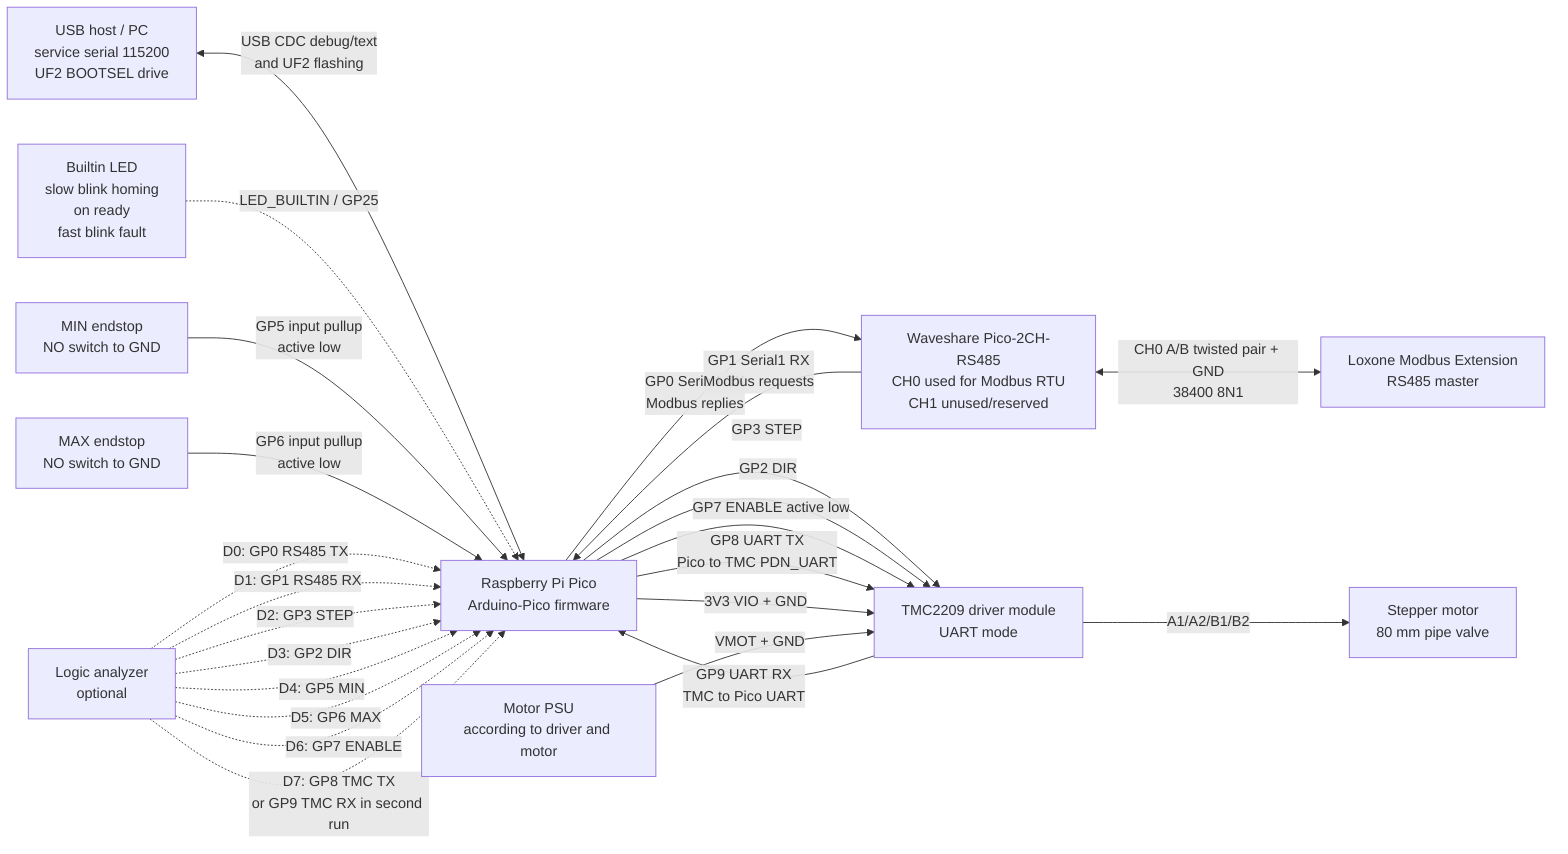
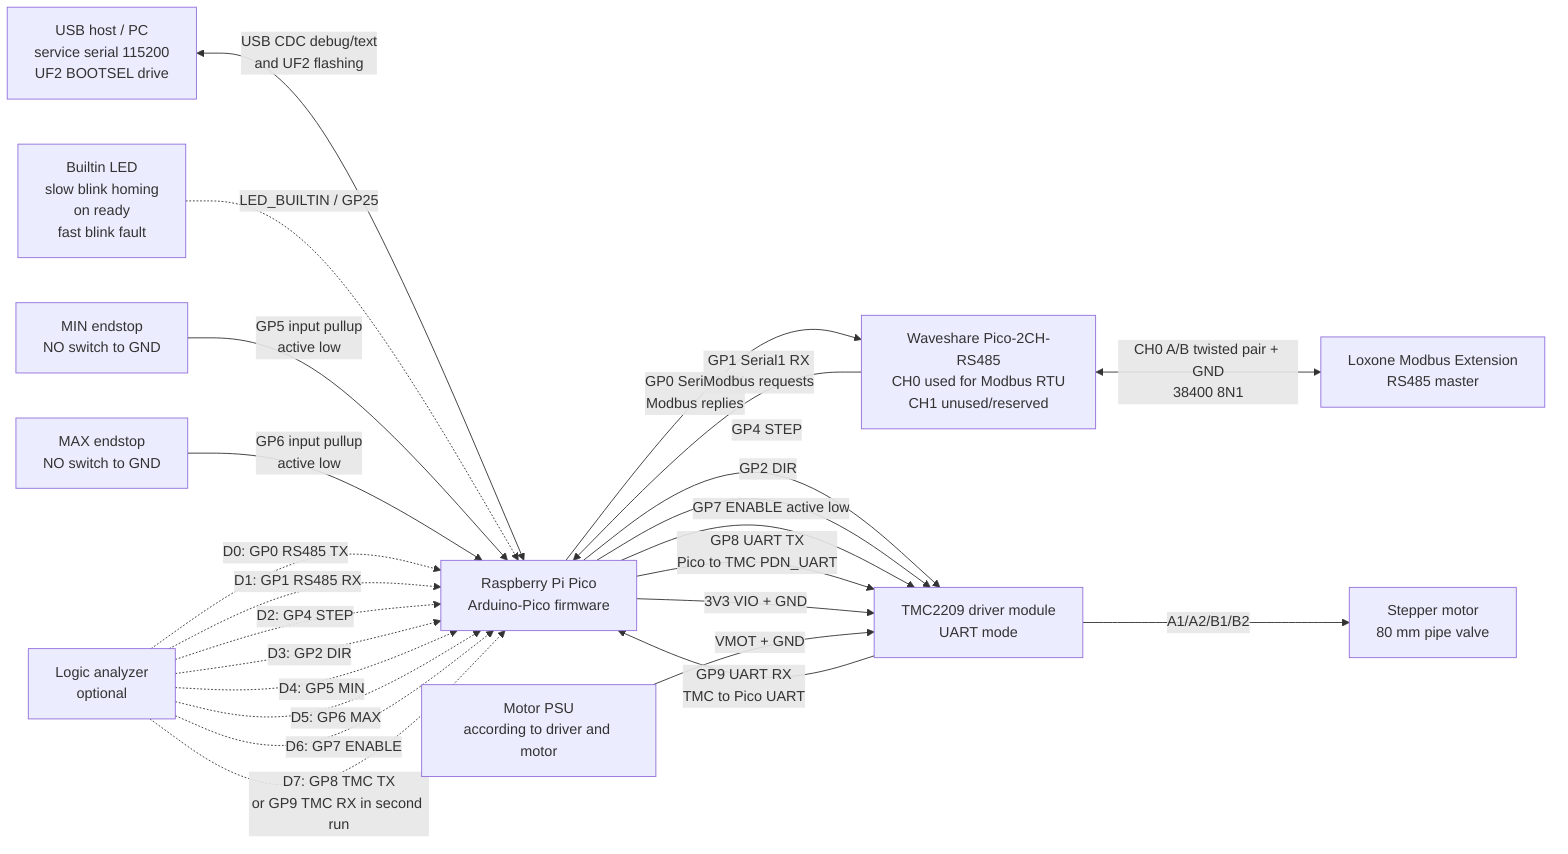
flowchart LR
  Pico["Raspberry Pi Pico<br/>Arduino-Pico firmware"]
  Usb["USB host / PC<br/>service serial 115200<br/>UF2 BOOTSEL drive"]
  Led["Builtin LED<br/>slow blink homing<br/>on ready<br/>fast blink fault"]
  Rs485["Waveshare Pico-2CH-RS485<br/>CH0 used for Modbus RTU<br/>CH1 unused/reserved"]
  Loxone["Loxone Modbus Extension<br/>RS485 master"]
  Tmc["TMC2209 driver module<br/>UART mode"]
  Motor["Stepper motor<br/>80 mm pipe valve"]
  Min["MIN endstop<br/>NO switch to GND"]
  Max["MAX endstop<br/>NO switch to GND"]
  Psu["Motor PSU<br/>according to driver and motor"]
  La["Logic analyzer<br/>optional"]

  Usb <-->|"USB CDC debug/text<br/>and UF2 flashing"| Pico
  Led -. "LED_BUILTIN / GP25" .-> Pico

  Pico -- "GP0 Serial1 TX<br/>Modbus replies" --> Rs485
  Rs485 -- "GP1 Serial1 RX<br/>Modbus requests" --> Pico
  Rs485 <-->|"CH0 A/B twisted pair + GND<br/>38400 8N1"| Loxone

-   Pico -- "GP3 STEP" --> Tmc
+   Pico -- "GP4 STEP" --> Tmc
  Pico -- "GP2 DIR" --> Tmc
  Pico -- "GP7 ENABLE active low" --> Tmc
  Pico -- "GP8 UART TX<br/>Pico to TMC PDN_UART" --> Tmc
  Tmc -- "GP9 UART RX<br/>TMC to Pico UART" --> Pico
  Pico -- "3V3 VIO + GND" --> Tmc
  Psu -- "VMOT + GND" --> Tmc
  Tmc -- "A1/A2/B1/B2" --> Motor

  Min -- "GP5 input pullup<br/>active low" --> Pico
  Max -- "GP6 input pullup<br/>active low" --> Pico

  La -. "D0: GP0 RS485 TX" .-> Pico
  La -. "D1: GP1 RS485 RX" .-> Pico
-   La -. "D2: GP3 STEP" .-> Pico
+   La -. "D2: GP4 STEP" .-> Pico
  La -. "D3: GP2 DIR" .-> Pico
  La -. "D4: GP5 MIN" .-> Pico
  La -. "D5: GP6 MAX" .-> Pico
  La -. "D6: GP7 ENABLE" .-> Pico
  La -. "D7: GP8 TMC TX<br/>or GP9 TMC RX in second run" .-> Pico
